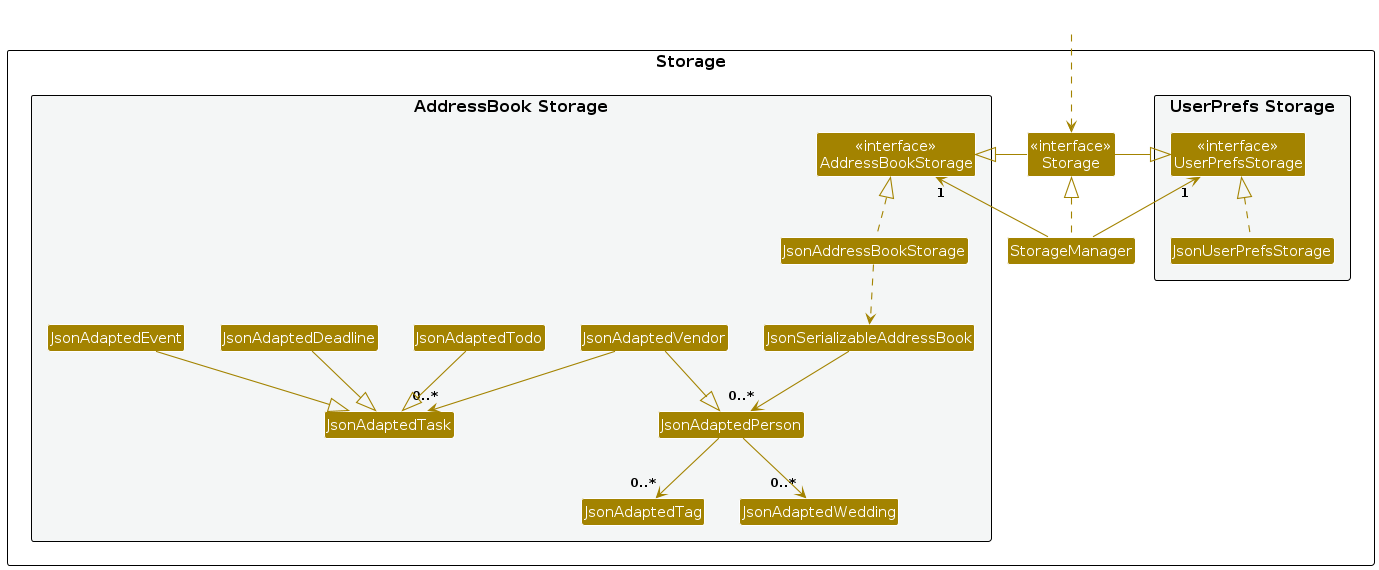
Above: diagrams/StorageClassDiagram.png in riccoljy/tp (PlantUML), before the change. Its source is kept beside it as diagrams/StorageClassDiagram.puml.
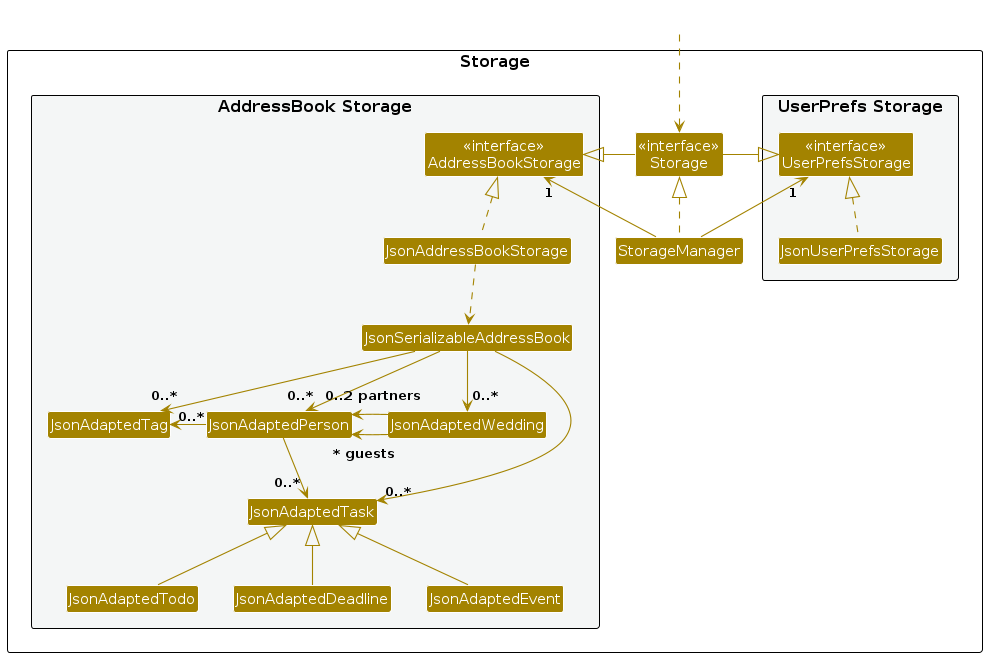
Later version of the same file.

The edit, as a diff of the source:
```diff
@@ -22,7 +22,6 @@
 Class JsonAdaptedTag
 Class JsonAdaptedTask
 Class JsonAdaptedWedding
-Class JsonAdaptedVendor
 Class JsonAdaptedTodo
 Class JsonAdaptedDeadline
 Class JsonAdaptedEvent
@@ -43,13 +42,16 @@
 JsonUserPrefsStorage .up.|> UserPrefsStorage
 JsonAddressBookStorage .up.|> AddressBookStorage
 JsonAddressBookStorage ..> JsonSerializableAddressBook
-JsonSerializableAddressBook --> "0..*" JsonAdaptedPerson
-JsonAdaptedPerson --> "0..*" JsonAdaptedTag
-JsonAdaptedPerson --> "0..*" JsonAdaptedWedding
-JsonAdaptedVendor --|> JsonAdaptedPerson
-JsonAdaptedVendor --> "0..*" JsonAdaptedTask
-JsonAdaptedEvent --|> JsonAdaptedTask
-JsonAdaptedTodo --|> JsonAdaptedTask
-JsonAdaptedDeadline --|> JsonAdaptedTask
+JsonSerializableAddressBook -down-> "0..*" JsonAdaptedWedding
+JsonSerializableAddressBook -down-> "0..*" JsonAdaptedPerson
+JsonSerializableAddressBook -down-> "0..*" JsonAdaptedTask
+JsonSerializableAddressBook -down-> "0..*" JsonAdaptedTag
+JsonAdaptedPerson -left-> "0..*" JsonAdaptedTag
+JsonAdaptedPerson --> "0..*" JsonAdaptedTask
+JsonAdaptedWedding -left-> "~* guests" JsonAdaptedPerson
+JsonAdaptedWedding -left-> "0..2 partners" JsonAdaptedPerson
+JsonAdaptedEvent -up-|> JsonAdaptedTask
+JsonAdaptedTodo -up-|> JsonAdaptedTask
+JsonAdaptedDeadline -up-|> JsonAdaptedTask
 
 @enduml
```
